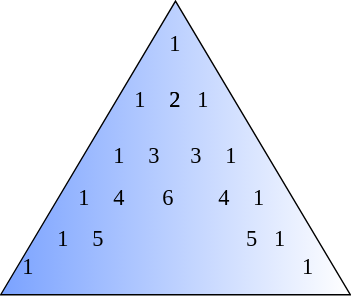
Earlier version of the draw.io export Drawing/Binomial_Coefficients.svg (Memester2112/DRAWIO). Source tidied: cells renumbered, new cells last; positions are measured from the earlier drawing's top-left corner, leaving out a move shared by most shapes.
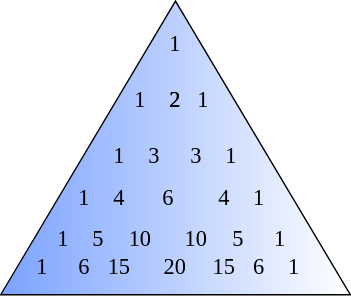
Above is the later version.

The edit, as a diff of the source:
```diff
@@ -33,10 +33,10 @@
       <mxGeometry x="180" y="160" width="40" height="20" as="geometry" />
     </mxCell>
     <mxCell id="12" value="&lt;font style=&quot;font-size: 16px&quot; face=&quot;Verdana&quot;&gt;1&lt;/font&gt;" style="text;html=1;strokeColor=none;fillColor=none;align=center;verticalAlign=middle;whiteSpace=wrap;rounded=0;" parent="1" vertex="1">
-      <mxGeometry y="180" width="40" height="20" as="geometry" />
+      <mxGeometry x="10" y="180" width="40" height="20" as="geometry" />
     </mxCell>
     <mxCell id="13" value="&lt;font style=&quot;font-size: 16px&quot; face=&quot;Verdana&quot;&gt;1&lt;/font&gt;" style="text;html=1;strokeColor=none;fillColor=none;align=center;verticalAlign=middle;whiteSpace=wrap;rounded=0;" parent="1" vertex="1">
-      <mxGeometry x="200" y="180" width="40" height="20" as="geometry" />
+      <mxGeometry x="190" y="180" width="40" height="20" as="geometry" />
     </mxCell>
     <mxCell id="14" value="&lt;font style=&quot;font-size: 16px&quot; face=&quot;Verdana&quot;&gt;2&lt;/font&gt;" style="text;html=1;strokeColor=none;fillColor=none;align=center;verticalAlign=middle;whiteSpace=wrap;rounded=0;" parent="1" vertex="1">
       <mxGeometry x="105" y="60" width="40" height="20" as="geometry" />
@@ -66,7 +66,28 @@
       <mxGeometry relative="1" as="geometry" />
     </mxCell>
     <mxCell id="23" value="&lt;font style=&quot;font-size: 16px&quot; face=&quot;Verdana&quot;&gt;5&lt;/font&gt;" style="text;html=1;strokeColor=none;fillColor=none;align=center;verticalAlign=middle;whiteSpace=wrap;rounded=0;" parent="1" vertex="1">
-      <mxGeometry x="160" y="160" width="40" height="20" as="geometry" />
+      <mxGeometry x="150" y="160" width="40" height="20" as="geometry" />
     </mxCell>
+    <mxCell id="24" value="&lt;font style=&quot;font-size: 16px&quot; face=&quot;Verdana&quot;&gt;10&lt;/font&gt;" style="text;html=1;strokeColor=none;fillColor=none;align=center;verticalAlign=middle;whiteSpace=wrap;rounded=0;" parent="1" vertex="1">
+      <mxGeometry x="80" y="160" width="40" height="20" as="geometry" />
+    </mxCell>
+    <mxCell id="25" value="&lt;font style=&quot;font-size: 16px&quot; face=&quot;Verdana&quot;&gt;10&lt;/font&gt;" style="text;html=1;strokeColor=none;fillColor=none;align=center;verticalAlign=middle;whiteSpace=wrap;rounded=0;" parent="1" vertex="1">
+      <mxGeometry x="120" y="160" width="40" height="20" as="geometry" />
+    </mxCell>
+    <mxCell id="26" value="&lt;p&gt;&lt;font style=&quot;font-size: 16px&quot; face=&quot;Verdana&quot;&gt;6&lt;/font&gt;&lt;/p&gt;" style="text;html=1;strokeColor=none;fillColor=none;align=center;verticalAlign=middle;whiteSpace=wrap;rounded=0;" parent="1" vertex="1">
+      <mxGeometry x="40" y="180" width="40" height="20" as="geometry" />
+    </mxCell>
+    <mxCell id="27" value="&lt;p&gt;&lt;font style=&quot;font-size: 16px&quot; face=&quot;Verdana&quot;&gt;6&lt;/font&gt;&lt;/p&gt;" style="text;html=1;strokeColor=none;fillColor=none;align=center;verticalAlign=middle;whiteSpace=wrap;rounded=0;" parent="1" vertex="1">
+      <mxGeometry x="165" y="180" width="40" height="20" as="geometry" />
+    </mxCell>
+    <mxCell id="28" value="&lt;font style=&quot;font-size: 16px&quot; face=&quot;Verdana&quot;&gt;20&lt;/font&gt;" style="text;html=1;strokeColor=none;fillColor=none;align=center;verticalAlign=middle;whiteSpace=wrap;rounded=0;" parent="1" vertex="1">
+      <mxGeometry x="105" y="180" width="40" height="20" as="geometry" />
+    </mxCell>
+    <mxCell id="29" value="&lt;font style=&quot;font-size: 16px&quot; face=&quot;Verdana&quot;&gt;15&lt;/font&gt;" style="text;html=1;strokeColor=none;fillColor=none;align=center;verticalAlign=middle;whiteSpace=wrap;rounded=0;" parent="1" vertex="1">
+      <mxGeometry x="65" y="180" width="40" height="20" as="geometry" />
+    </mxCell>
+    <mxCell id="30" value="&lt;font style=&quot;font-size: 16px&quot; face=&quot;Verdana&quot;&gt;15&lt;/font&gt;" style="text;html=1;strokeColor=none;fillColor=none;align=center;verticalAlign=middle;whiteSpace=wrap;rounded=0;" parent="1" vertex="1">
+      <mxGeometry x="140" y="180" width="40" height="20" as="geometry" />
+    </mxCell>
   </root>
 </mxGraphModel>
```
